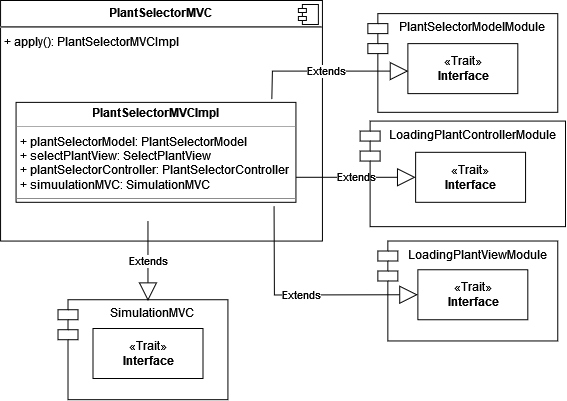
The draw.io diagram docs/img/plant_selector_MVC.png in AnnaVitali/PPS-22-smartgh, before a commit. Source tidied: cells renumbered, new cells last; positions are measured from the earlier drawing's top-left corner, leaving out a move shared by most shapes.
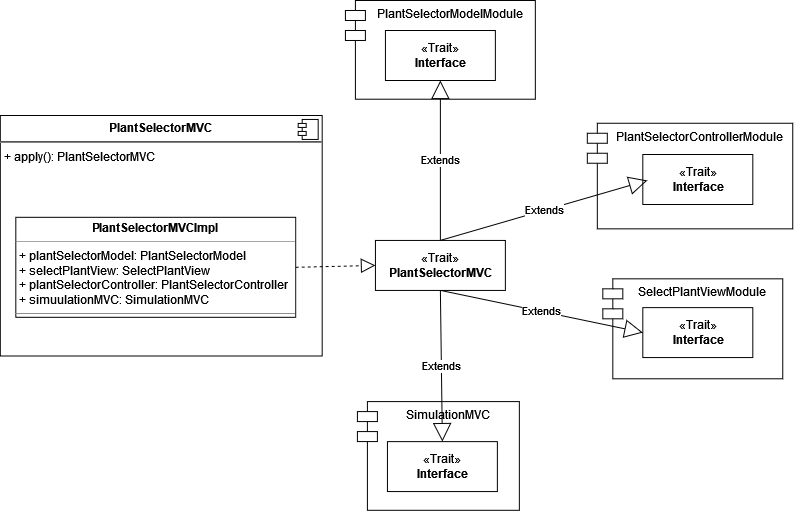
After the commit.

What changed in the source:
```diff
@@ -2,64 +2,62 @@
   <root>
     <mxCell id="0" />
     <mxCell id="1" parent="0" />
-    <mxCell id="2" value="&lt;p style=&quot;margin:0px;margin-top:6px;text-align:center;&quot;&gt;&lt;b&gt;PlantSelectorMVC&lt;/b&gt;&lt;br&gt;&lt;/p&gt;&lt;hr&gt;&lt;p style=&quot;margin:0px;margin-left:4px;&quot;&gt;+ apply(): PlantSelectorMVCImpl&lt;/p&gt;" style="align=left;overflow=fill;html=1;fillColor=default;" parent="1" vertex="1">
-      <mxGeometry width="322" height="240.6" as="geometry" />
+    <mxCell id="2" value="PlantSelectorControllerModule" style="shape=module;align=left;spacingLeft=20;align=center;verticalAlign=top;fillColor=none;" parent="1" vertex="1">
+      <mxGeometry x="292" y="2.8" width="205.5" height="105.6" as="geometry" />
     </mxCell>
-    <mxCell id="3" style="shape=component;jettyWidth=8;jettyHeight=4;fillColor=default;" parent="2" vertex="1">
-      <mxGeometry x="1" width="20" height="20" relative="1" as="geometry">
-        <mxPoint x="-24" y="4" as="offset" />
-      </mxGeometry>
+    <mxCell id="3" value="SimulationMVC" style="shape=module;align=left;spacingLeft=20;align=center;verticalAlign=top;fillColor=none;" parent="1" vertex="1">
+      <mxGeometry x="62" y="281.2" width="162" height="108.8" as="geometry" />
     </mxCell>
-    <mxCell id="4" value="LoadingPlantViewModule" style="shape=module;align=left;spacingLeft=20;align=center;verticalAlign=top;fillColor=none;" parent="1" vertex="1">
-      <mxGeometry x="377.5" y="240.6" width="180" height="100" as="geometry" />
+    <mxCell id="4" value="&lt;p style=&quot;margin:0px;margin-top:6px;text-align:center;&quot;&gt;&lt;b&gt;PlantSelectorMVC&lt;/b&gt;&lt;br&gt;&lt;/p&gt;&lt;hr&gt;&lt;p style=&quot;margin:0px;margin-left:4px;&quot;&gt;+ apply(): PlantSelectorMVC&lt;/p&gt;" style="align=left;overflow=fill;html=1;fillColor=default;" parent="1" vertex="1">
+      <mxGeometry x="-295.2" y="-5" width="322" height="240.6" as="geometry" />
     </mxCell>
-    <mxCell id="5" value="PlantSelectorModelModule" style="shape=module;align=left;spacingLeft=20;align=center;verticalAlign=top;fillColor=none;" parent="1" vertex="1">
-      <mxGeometry x="367.5" y="13.1" width="190" height="98.8" as="geometry" />
+    <mxCell id="5" style="shape=component;jettyWidth=8;jettyHeight=4;fillColor=default;" parent="4" vertex="1">
+      <mxGeometry x="1" width="20" height="20" relative="1" as="geometry">
+        <mxPoint x="-24" y="4" as="offset" />
+      </mxGeometry>
     </mxCell>
-    <mxCell id="6" value="&lt;p style=&quot;margin:0px;margin-top:4px;text-align:center;&quot;&gt;&lt;b&gt;PlantSelectorMVCImpl&lt;/b&gt;&lt;br&gt;&lt;/p&gt;&lt;hr size=&quot;1&quot;&gt;&lt;p style=&quot;margin:0px;margin-left:4px;&quot;&gt;+ plantSelectorModel: PlantSelectorModel&lt;/p&gt;&lt;p style=&quot;margin:0px;margin-left:4px;&quot;&gt;+ selectPlantView: SelectPlantView&lt;br&gt;&lt;/p&gt;&lt;p style=&quot;margin:0px;margin-left:4px;&quot;&gt;+ plantSelectorController: PlantSelectorController&lt;/p&gt;&lt;p style=&quot;margin:0px;margin-left:4px;&quot;&gt;+ simuulationMVC: SimulationMVC&lt;br&gt;&lt;/p&gt;&lt;hr size=&quot;1&quot;&gt;" style="verticalAlign=top;align=left;overflow=fill;fontSize=12;fontFamily=Helvetica;html=1;fillColor=default;" parent="1" vertex="1">
-      <mxGeometry x="15.5" y="101.9" width="280" height="100" as="geometry" />
+    <mxCell id="6" value="SelectPlantViewModule" style="shape=module;align=left;spacingLeft=20;align=center;verticalAlign=top;fillColor=none;" parent="1" vertex="1">
+      <mxGeometry x="307.5" y="158.4" width="180" height="100" as="geometry" />
     </mxCell>
-    <mxCell id="7" value="«Trait»&lt;br&gt;&lt;b&gt;Interface&lt;/b&gt;" style="html=1;fillColor=default;" parent="1" vertex="1">
-      <mxGeometry x="407.5" y="43.1" width="110" height="50" as="geometry" />
+    <mxCell id="7" value="PlantSelectorModelModule" style="shape=module;align=left;spacingLeft=20;align=center;verticalAlign=top;fillColor=none;" parent="1" vertex="1">
+      <mxGeometry x="50" y="-120" width="190" height="98.8" as="geometry" />
     </mxCell>
-    <mxCell id="8" value="«Trait»&lt;br&gt;&lt;b&gt;Interface&lt;/b&gt;" style="html=1;fillColor=default;" parent="1" vertex="1">
-      <mxGeometry x="415.2" y="151.9" width="110" height="50" as="geometry" />
+    <mxCell id="8" value="&lt;p style=&quot;margin:0px;margin-top:4px;text-align:center;&quot;&gt;&lt;b&gt;PlantSelectorMVCImpl&lt;/b&gt;&lt;br&gt;&lt;/p&gt;&lt;hr size=&quot;1&quot;&gt;&lt;p style=&quot;margin:0px;margin-left:4px;&quot;&gt;+ plantSelectorModel: PlantSelectorModel&lt;/p&gt;&lt;p style=&quot;margin:0px;margin-left:4px;&quot;&gt;+ selectPlantView: SelectPlantView&lt;br&gt;&lt;/p&gt;&lt;p style=&quot;margin:0px;margin-left:4px;&quot;&gt;+ plantSelectorController: PlantSelectorController&lt;/p&gt;&lt;p style=&quot;margin:0px;margin-left:4px;&quot;&gt;+ simuulationMVC: SimulationMVC&lt;br&gt;&lt;/p&gt;&lt;hr size=&quot;1&quot;&gt;" style="verticalAlign=top;align=left;overflow=fill;fontSize=12;fontFamily=Helvetica;html=1;fillColor=default;" parent="1" vertex="1">
+      <mxGeometry x="-279.8" y="96.9" width="280" height="100" as="geometry" />
     </mxCell>
     <mxCell id="9" value="«Trait»&lt;br&gt;&lt;b&gt;Interface&lt;/b&gt;" style="html=1;fillColor=default;" parent="1" vertex="1">
-      <mxGeometry x="417.5" y="269.4" width="110" height="50" as="geometry" />
+      <mxGeometry x="90" y="-90" width="110" height="50" as="geometry" />
     </mxCell>
-    <mxCell id="10" value="Extends" style="endArrow=block;endSize=16;endFill=0;html=1;rounded=0;exitX=0.914;exitY=-0.029;exitDx=0;exitDy=0;exitPerimeter=0;elbow=vertical;" parent="1" edge="1" source="6">
-      <mxGeometry relative="1" as="geometry">
-        <mxPoint x="408" y="70.6" as="targetPoint" />
-        <Array as="points">
-          <mxPoint x="272" y="70.6" />
-        </Array>
-      </mxGeometry>
+    <mxCell id="10" value="«Trait»&lt;br&gt;&lt;b&gt;Interface&lt;/b&gt;" style="html=1;fillColor=default;" parent="1" vertex="1">
+      <mxGeometry x="347.5" y="34.1" width="110" height="50" as="geometry" />
     </mxCell>
-    <mxCell id="11" value="Extends" style="endArrow=block;endSize=16;endFill=0;html=1;rounded=0;elbow=vertical;entryX=0;entryY=0.5;entryDx=0;entryDy=0;exitX=1;exitY=0.75;exitDx=0;exitDy=0;" parent="1" edge="1" source="6" target="8">
-      <mxGeometry relative="1" as="geometry" />
+    <mxCell id="11" value="«Trait»&lt;br&gt;&lt;b&gt;Interface&lt;/b&gt;" style="html=1;fillColor=default;" parent="1" vertex="1">
+      <mxGeometry x="347.5" y="187.2" width="110" height="50" as="geometry" />
     </mxCell>
-    <mxCell id="12" value="Extends" style="endArrow=block;endSize=16;endFill=0;html=1;rounded=0;entryX=0;entryY=0.5;entryDx=0;entryDy=0;exitX=0.922;exitY=1.038;exitDx=0;exitDy=0;exitPerimeter=0;elbow=vertical;" parent="1" edge="1" source="6" target="9">
-      <mxGeometry relative="1" as="geometry">
-        <Array as="points">
-          <mxPoint x="274" y="294.6" />
-        </Array>
-      </mxGeometry>
+    <mxCell id="12" value="«Trait»&lt;br&gt;&lt;b&gt;Interface&lt;/b&gt;" style="html=1;fillColor=default;" parent="1" vertex="1">
+      <mxGeometry x="92" y="321.2" width="110" height="50" as="geometry" />
     </mxCell>
-    <mxCell id="13" value="«Trait»&lt;br&gt;&lt;b&gt;Interface&lt;/b&gt;" style="html=1;fillColor=default;" parent="1" vertex="1">
-      <mxGeometry x="92.5" y="328.1" width="110" height="50" as="geometry" />
+    <mxCell id="13" value="«Trait»&lt;br&gt;&lt;b&gt;PlantSelectorMVC&lt;/b&gt;" style="html=1;" parent="1" vertex="1">
+      <mxGeometry x="80" y="120" width="130" height="50" as="geometry" />
     </mxCell>
-    <mxCell id="14" value="Extends" style="endArrow=block;endSize=16;endFill=0;html=1;rounded=0;" parent="1" edge="1">
-      <mxGeometry relative="1" as="geometry">
-        <mxPoint x="147.5" y="220.6" as="sourcePoint" />
-        <mxPoint x="147.5" y="300.6" as="targetPoint" />
-      </mxGeometry>
+    <mxCell id="14" value="Extends" style="endArrow=block;endSize=16;endFill=0;html=1;rounded=0;entryX=0;entryY=0.5;entryDx=0;entryDy=0;exitX=0.5;exitY=1;exitDx=0;exitDy=0;" parent="1" edge="1" source="13" target="11">
+      <mxGeometry relative="1" as="geometry" />
     </mxCell>
-    <mxCell id="15" value="SimulationMVC" style="shape=module;align=left;spacingLeft=20;align=center;verticalAlign=top;fillColor=none;" parent="1" vertex="1">
-      <mxGeometry x="57.5" y="299.4" width="170" height="100" as="geometry" />
+    <mxCell id="15" value="Extends" style="endArrow=block;endSize=16;endFill=0;html=1;rounded=0;entryX=0.5;entryY=0;entryDx=0;entryDy=0;exitX=0.5;exitY=1;exitDx=0;exitDy=0;" parent="1" edge="1" source="13" target="12">
+      <mxGeometry relative="1" as="geometry" />
     </mxCell>
-    <mxCell id="16" value="LoadingPlantControllerModule" style="shape=module;align=left;spacingLeft=20;align=center;verticalAlign=top;fillColor=none;" parent="1" vertex="1">
-      <mxGeometry x="359.8" y="120.6" width="205.5" height="105.6" as="geometry" />
+    <mxCell id="16" value="Extends" style="endArrow=block;endSize=16;endFill=0;html=1;rounded=0;exitX=0.5;exitY=0;exitDx=0;exitDy=0;" parent="1" edge="1" source="13">
+      <mxGeometry relative="1" as="geometry">
+        <mxPoint x="352" y="60" as="targetPoint" />
+      </mxGeometry>
     </mxCell>
+    <mxCell id="17" value="Extends" style="endArrow=block;endSize=16;endFill=0;html=1;rounded=0;entryX=0.5;entryY=1;entryDx=0;entryDy=0;" parent="1" edge="1" target="9">
+      <mxGeometry relative="1" as="geometry">
+        <mxPoint x="145" y="120" as="sourcePoint" />
+      </mxGeometry>
+    </mxCell>
+    <mxCell id="18" style="endArrow=block;dashed=1;endFill=0;endSize=12;html=1;rounded=0;exitX=1;exitY=0.5;exitDx=0;exitDy=0;entryX=0;entryY=0.5;entryDx=0;entryDy=0;" parent="1" edge="1" source="8" target="13">
+      <mxGeometry relative="1" as="geometry" />
+    </mxCell>
   </root>
 </mxGraphModel>
```
